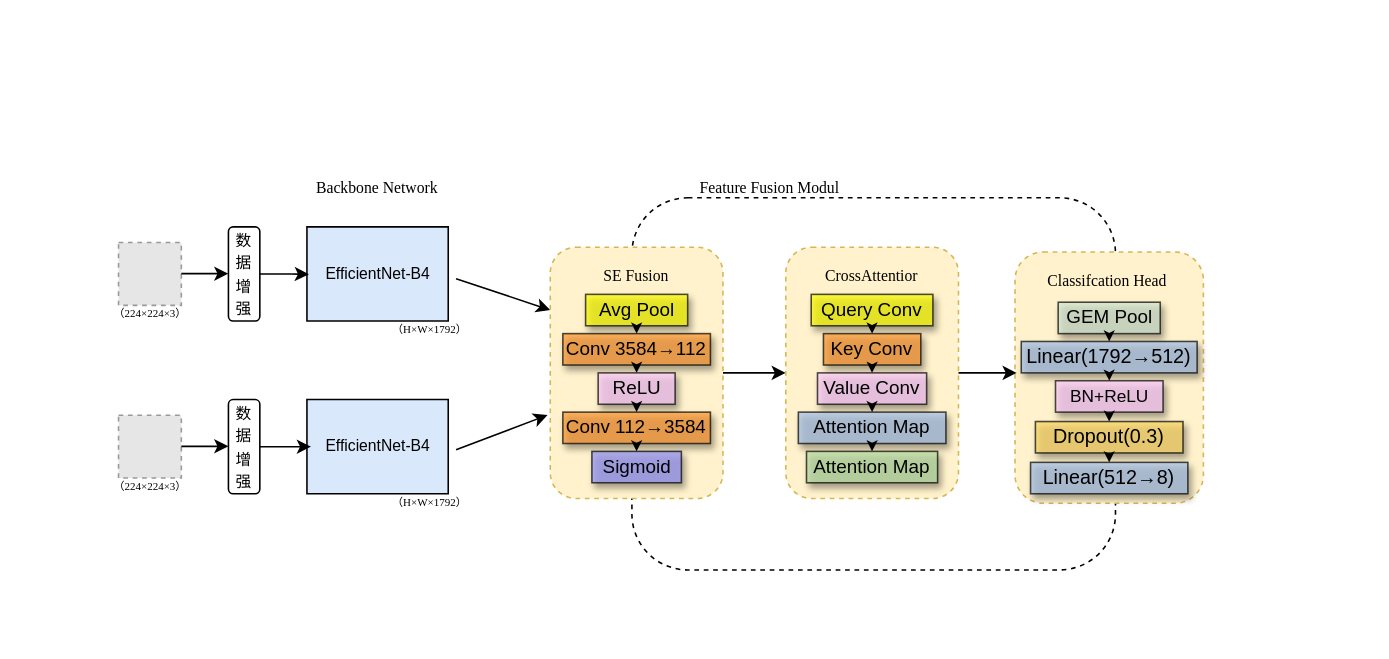
Before: 未命名绘图.drawio in 11Rukawa7/-, a draw.io diagram. Source tidied: cells renumbered, new cells numbered last; positions are measured from the earlier drawing's top-left corner, leaving out a move shared by most shapes. Both pictures are drawn from the tidied source at 157%, with x=0, y=0 at pixel (113, 163). Pictures stored in the file or linked from it are replaced by grey dashed boxes.
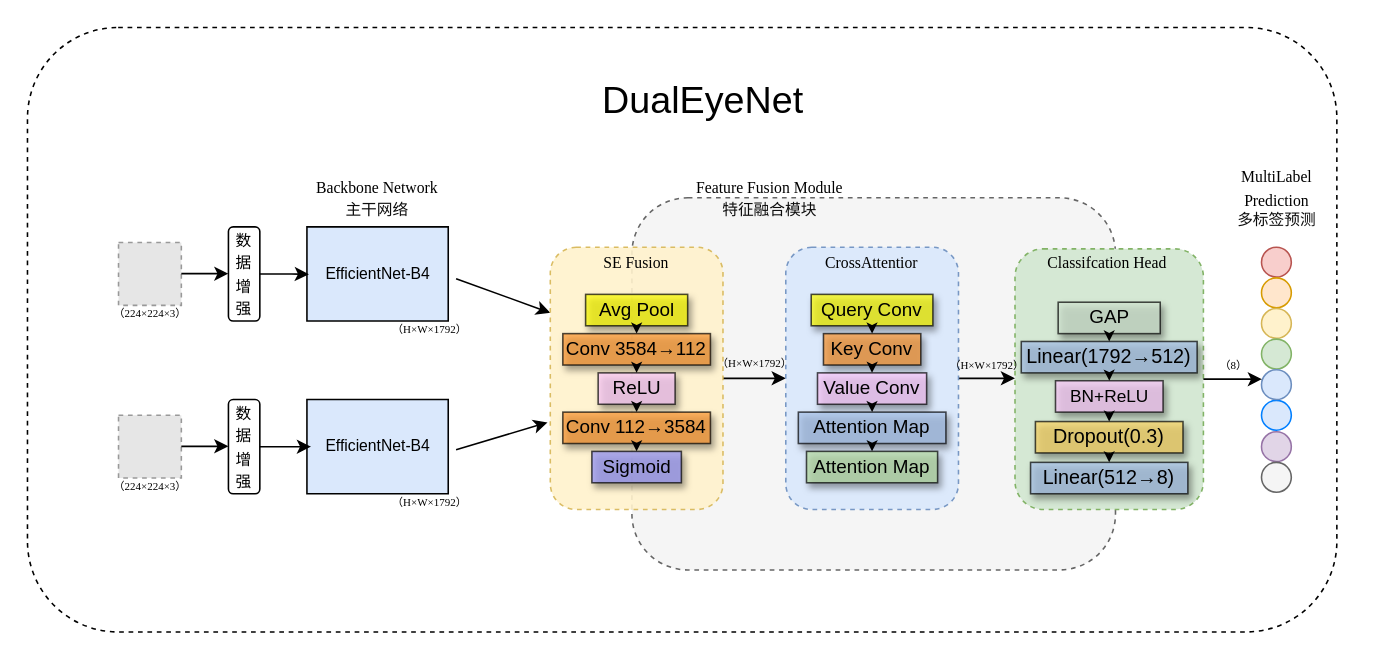
Above is the later version.

Commit message:
更新未命名绘图.drawio

Diff of the diagram source:
```diff
@@
+    <mxCell id="58" style="rounded=1;whiteSpace=wrap;html=1;dashed=1;" parent="1" vertex="1">
+      <mxGeometry x="-55" y="-87" width="834" height="385" as="geometry" />
+    </mxCell>
@@
-    <mxCell id="11" style="verticalLabelPosition=bottom;verticalAlign=top;html=1;shape=mxgraph.basic.rect;fillColor2=none;strokeWidth=1;size=20;indent=5;fillColor=#dae8fc;strokeColor=#000000;" parent="1" vertex="1">
+    <mxCell id="11" style="verticalLabelPosition=bottom;verticalAlign=top;html=1;shape=mxgraph.basic.rect;fillColor2=none;strokeWidth=1;size=20;indent=5;fillColor=#dae8fc;strokeColor=#000000;noLabel=0;" parent="1" vertex="1">
       <mxGeometry x="123" y="150" width="90" height="60" as="geometry" />
     </mxCell>
@@
-    <mxCell id="20" style="rounded=1;whiteSpace=wrap;html=1;dashed=1;" parent="1" vertex="1">
+    <mxCell id="20" style="rounded=1;whiteSpace=wrap;html=1;dashed=1;fillColor=#f5f5f5;fontColor=#333333;strokeColor=#666666;" parent="1" vertex="1">
       <mxGeometry x="330" y="21.5" width="308" height="237" as="geometry" />
     </mxCell>
-    <mxCell id="21" value="&lt;font style=&quot;font-size: 10px;&quot;&gt;Feature Fusion Modul&lt;/font&gt;" style="text;html=1;align=center;verticalAlign=middle;whiteSpace=wrap;rounded=0;fontFamily=Garamond;" parent="1" vertex="1">
+    <mxCell id="21" value="&lt;font style=&quot;font-size: 10px;&quot;&gt;Feature Fusion Module&lt;/font&gt;" style="text;html=1;align=center;verticalAlign=middle;whiteSpace=wrap;rounded=0;fontFamily=Garamond;" parent="1" vertex="1">
       <mxGeometry x="363" width="110" height="30" as="geometry" />
     </mxCell>
@@
-    <mxCell id="23" style="rounded=1;whiteSpace=wrap;html=1;dashed=1;fillStyle=auto;fillColor=#fff2cc;strokeColor=#d6b656;" parent="1" vertex="1">
-      <mxGeometry x="278" y="53" width="110" height="160" as="geometry" />
+    <mxCell id="23" style="rounded=1;whiteSpace=wrap;html=1;dashed=1;fillStyle=auto;fillColor=#fff2cc;strokeColor=#d6b656;opacity=90;" parent="1" vertex="1">
+      <mxGeometry x="278" y="53" width="110" height="167" as="geometry" />
     </mxCell>
     <mxCell id="24" value="&lt;font style=&quot;font-size: 10px;&quot;&gt;SE Fusion&lt;/font&gt;" style="text;html=1;align=center;verticalAlign=middle;whiteSpace=wrap;rounded=0;fontFamily=Garamond;" parent="1" vertex="1">
-      <mxGeometry x="278" y="56" width="110" height="30" as="geometry" />
+      <mxGeometry x="278" y="47.5" width="110" height="30" as="geometry" />
     </mxCell>
@@
+    <mxCell id="57" style="edgeStyle=orthogonalEdgeStyle;rounded=0;jettySize=auto;html=1;exitX=1;exitY=0.5;exitDx=0;exitDy=0;entryX=0;entryY=0.5;entryDx=0;entryDy=0;" parent="1" edge="1" source="34" target="41">
+      <mxGeometry relative="1" as="geometry" />
+    </mxCell>
-    <mxCell id="34" style="rounded=1;whiteSpace=wrap;html=1;dashed=1;fillStyle=auto;fillColor=#fff2cc;strokeColor=#d6b656;" parent="1" vertex="1">
-      <mxGeometry x="428" y="53" width="110" height="160" as="geometry" />
+    <mxCell id="34" style="rounded=1;whiteSpace=wrap;html=1;dashed=1;fillStyle=auto;fillColor=#dae8fc;strokeColor=#6c8ebf;opacity=90;" parent="1" vertex="1">
+      <mxGeometry x="428" y="53" width="110" height="167" as="geometry" />
     </mxCell>
     <mxCell id="35" value="&lt;font style=&quot;font-size: 10px;&quot;&gt;CrossAttentior&lt;/font&gt;" style="text;html=1;align=center;verticalAlign=middle;whiteSpace=wrap;rounded=0;fontFamily=Garamond;" parent="1" vertex="1">
-      <mxGeometry x="428" y="56" width="110" height="30" as="geometry" />
+      <mxGeometry x="428" y="47.5" width="110" height="30" as="geometry" />
     </mxCell>
@@
-    <mxCell id="41" style="rounded=1;whiteSpace=wrap;html=1;dashed=1;fillStyle=auto;fillColor=#fff2cc;strokeColor=#d6b656;" parent="1" vertex="1">
-      <mxGeometry x="574" y="56" width="120" height="160" as="geometry" />
+    <mxCell id="41" style="rounded=1;whiteSpace=wrap;html=1;dashed=1;fillStyle=auto;fillColor=#d5e8d4;strokeColor=#82b366;" parent="1" vertex="1">
+      <mxGeometry x="574" y="54" width="120" height="166" as="geometry" />
     </mxCell>
     <mxCell id="42" value="&lt;font style=&quot;font-size: 10px;&quot;&gt;Classifcation Head&lt;/font&gt;" style="text;html=1;align=center;verticalAlign=middle;whiteSpace=wrap;rounded=0;fontFamily=Garamond;" parent="1" vertex="1">
-      <mxGeometry x="578" y="59" width="110" height="30" as="geometry" />
+      <mxGeometry x="578" y="47.5" width="110" height="30" as="geometry" />
     </mxCell>
-    <mxCell id="43" value="GEM Pool" style="rounded=0;whiteSpace=wrap;html=1;fillColor=light-dark(#D5E8D4,#281D00);strokeColor=#000000;shadow=1;glass=0;opacity=70;shadowOpacity=50;" parent="1" vertex="1">
+    <mxCell id="43" value="GAP" style="rounded=0;whiteSpace=wrap;html=1;fillColor=light-dark(#D5E8D4,#281D00);strokeColor=#000000;shadow=1;glass=0;opacity=70;shadowOpacity=50;" parent="1" vertex="1">
       <mxGeometry x="601.5" y="88" width="65" height="20" as="geometry" />
     </mxCell>
@@
-    <mxCell id="57" style="edgeStyle=orthogonalEdgeStyle;rounded=0;jettySize=auto;html=1;exitX=1;exitY=0.5;exitDx=0;exitDy=0;entryX=0.009;entryY=0.476;entryDx=0;entryDy=0;entryPerimeter=0;" parent="1" edge="1" source="34" target="41">
-      <mxGeometry relative="1" as="geometry" />
-    </mxCell>
+    <mxCell id="59" style="ellipse;whiteSpace=wrap;html=1;fillColor=#f8cecc;strokeColor=#b85450;" parent="1" vertex="1">
+      <mxGeometry x="731" y="53" width="19" height="19" as="geometry" />
+    </mxCell>
+    <mxCell id="60" style="ellipse;whiteSpace=wrap;html=1;fillColor=#ffe6cc;strokeColor=#d79b00;" parent="1" vertex="1">
+      <mxGeometry x="731" y="72.5" width="19" height="19" as="geometry" />
+    </mxCell>
+    <mxCell id="61" style="ellipse;whiteSpace=wrap;html=1;fillColor=#fff2cc;strokeColor=#d6b656;" parent="1" vertex="1">
+      <mxGeometry x="731" y="92" width="19" height="19" as="geometry" />
+    </mxCell>
+    <mxCell id="62" style="ellipse;whiteSpace=wrap;html=1;fillColor=#dae8fc;strokeColor=#007FFF;" parent="1" vertex="1">
+      <mxGeometry x="731" y="150.5" width="19" height="19" as="geometry" />
+    </mxCell>
+    <mxCell id="63" style="ellipse;whiteSpace=wrap;html=1;fillColor=#d5e8d4;strokeColor=#82b366;" parent="1" vertex="1">
+      <mxGeometry x="731" y="111.5" width="19" height="19" as="geometry" />
+    </mxCell>
+    <mxCell id="64" style="ellipse;whiteSpace=wrap;html=1;fillColor=#dae8fc;strokeColor=#6c8ebf;" parent="1" vertex="1">
+      <mxGeometry x="731" y="131" width="19" height="19" as="geometry" />
+    </mxCell>
+    <mxCell id="65" style="ellipse;whiteSpace=wrap;html=1;fillColor=#e1d5e7;strokeColor=#9673a6;" parent="1" vertex="1">
+      <mxGeometry x="731" y="170.5" width="19" height="19" as="geometry" />
+    </mxCell>
+    <mxCell id="66" style="ellipse;whiteSpace=wrap;html=1;fillColor=#f5f5f5;fontColor=#333333;strokeColor=#666666;" parent="1" vertex="1">
+      <mxGeometry x="731" y="190" width="19" height="19" as="geometry" />
+    </mxCell>
+    <mxCell id="67" value="DualEyeNet" style="text;strokeColor=none;fillColor=none;html=1;fontSize=24;fontStyle=0;verticalAlign=middle;align=center;" parent="1" vertex="1">
+      <mxGeometry x="263" y="-60" width="223.8" height="40" as="geometry" />
+    </mxCell>
+    <mxCell id="68" style="edgeStyle=orthogonalEdgeStyle;rounded=0;jettySize=auto;html=1;exitX=1;exitY=0.5;exitDx=0;exitDy=0;entryX=0.014;entryY=0.341;entryDx=0;entryDy=0;entryPerimeter=0;" parent="1" edge="1" source="41" target="64">
+      <mxGeometry relative="1" as="geometry" />
+    </mxCell>
+    <mxCell id="69" value="&lt;font style=&quot;font-size: 10px;&quot;&gt;MultiLabel&lt;/font&gt;&lt;div&gt;&lt;font style=&quot;font-size: 10px;&quot;&gt;Prediction&lt;/font&gt;&lt;/div&gt;" style="text;html=1;align=center;verticalAlign=middle;whiteSpace=wrap;rounded=0;fontFamily=Garamond;" parent="1" vertex="1">
+      <mxGeometry x="685.5" width="110" height="30" as="geometry" />
+    </mxCell>
+    <mxCell id="70" value="&lt;span style=&quot;font-size: 7px; font-weight: 400;&quot;&gt;（8）&lt;/span&gt;" style="text;strokeColor=none;fillColor=none;html=1;fontSize=24;fontStyle=1;verticalAlign=middle;align=center;fontFamily=Times New Roman;" parent="1" vertex="1">
+      <mxGeometry x="685.5" y="113" width="55" height="20" as="geometry" />
+    </mxCell>
+    <mxCell id="71" value="&lt;font style=&quot;font-weight: normal; font-size: 7px;&quot;&gt;（H×W×1792）&lt;/font&gt;" style="text;strokeColor=none;fillColor=none;html=1;fontSize=24;fontStyle=1;verticalAlign=middle;align=center;fontFamily=Times New Roman;" parent="1" vertex="1">
+      <mxGeometry x="380" y="111.5" width="55" height="20" as="geometry" />
+    </mxCell>
+    <mxCell id="72" value="&lt;font style=&quot;font-weight: normal; font-size: 7px;&quot;&gt;（H×W×1792）&lt;/font&gt;" style="text;strokeColor=none;fillColor=none;html=1;fontSize=24;fontStyle=1;verticalAlign=middle;align=center;fontFamily=Times New Roman;" parent="1" vertex="1">
+      <mxGeometry x="528.9" y="113" width="55" height="20" as="geometry" />
+    </mxCell>
+    <mxCell id="73" value="&lt;span style=&quot;color: rgba(0, 0, 0, 0.95); text-align: start;&quot;&gt;&lt;font style=&quot;font-size: 10px;&quot;&gt;特征融合模块&lt;/font&gt;&lt;/span&gt;" style="text;html=1;align=center;verticalAlign=middle;whiteSpace=wrap;rounded=0;fontFamily=Helvetica;" parent="1" vertex="1">
+      <mxGeometry x="363" y="14" width="110" height="30" as="geometry" />
+    </mxCell>
+    <mxCell id="74" value="&lt;span style=&quot;color: rgba(0, 0, 0, 0.95); text-align: start;&quot;&gt;&lt;font style=&quot;font-size: 10px;&quot;&gt;主干网络&lt;/font&gt;&lt;/span&gt;" style="text;html=1;align=center;verticalAlign=middle;whiteSpace=wrap;rounded=0;fontFamily=Helvetica;" parent="1" vertex="1">
+      <mxGeometry x="113" y="14" width="110" height="30" as="geometry" />
+    </mxCell>
+    <mxCell id="75" value="&lt;span style=&quot;color: rgba(0, 0, 0, 0.95); text-align: start;&quot;&gt;&lt;font style=&quot;font-size: 10px;&quot;&gt;多标签预测&lt;/font&gt;&lt;/span&gt;" style="text;html=1;align=center;verticalAlign=middle;whiteSpace=wrap;rounded=0;fontFamily=Helvetica;" parent="1" vertex="1">
+      <mxGeometry x="685.5" y="20" width="110" height="30" as="geometry" />
+    </mxCell>
```
